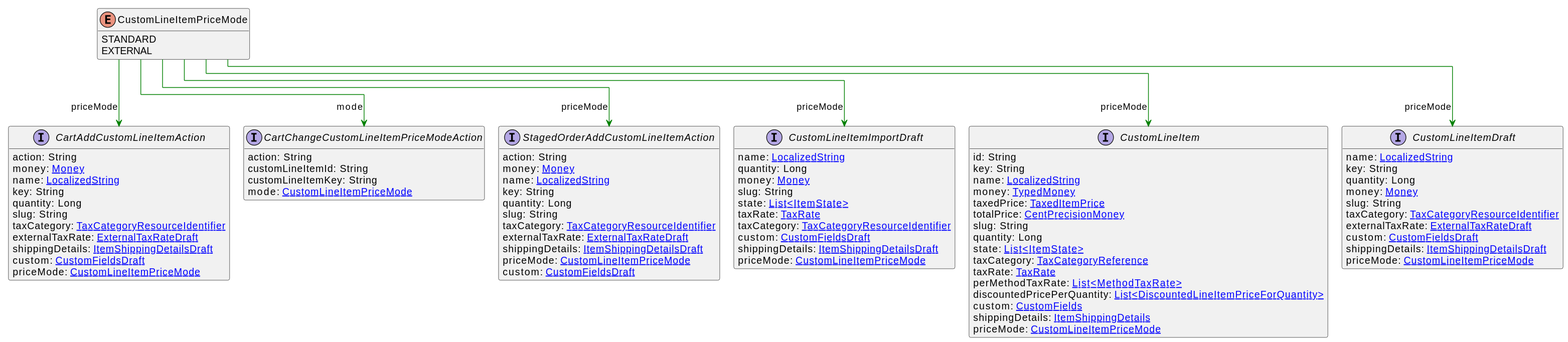
The PlantUML diagram uml/api/svg/CustomLineItemPriceMode.svg in commercetools/commercetools-api-reference, before a commit.
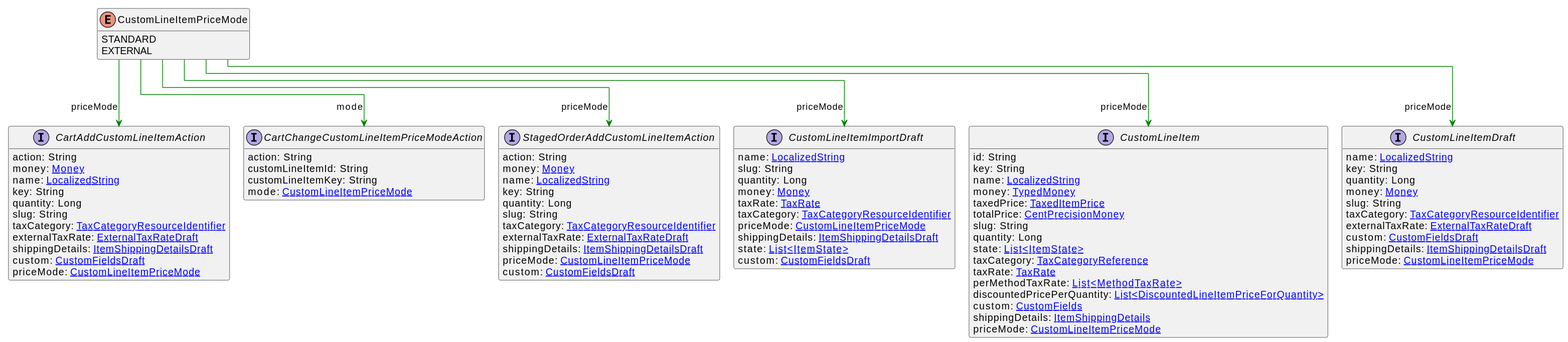
Later version of the same file.

Change to the diagram source:
```diff
@@ -69,15 +69,15 @@
 }
 interface CustomLineItemImportDraft [[CustomLineItemImportDraft.svg]]  {
     name: [[LocalizedString.svg LocalizedString]]
+    slug: String
     quantity: Long
     money: [[Money.svg Money]]
-    slug: String
-    state: [[ItemState.svg List<ItemState>]]
     taxRate: [[TaxRate.svg TaxRate]]
     taxCategory: [[TaxCategoryResourceIdentifier.svg TaxCategoryResourceIdentifier]]
+    priceMode: [[CustomLineItemPriceMode.svg CustomLineItemPriceMode]]
+    shippingDetails: [[ItemShippingDetailsDraft.svg ItemShippingDetailsDraft]]
+    state: [[ItemState.svg List<ItemState>]]
     custom: [[CustomFieldsDraft.svg CustomFieldsDraft]]
-    shippingDetails: [[ItemShippingDetailsDraft.svg ItemShippingDetailsDraft]]
-    priceMode: [[CustomLineItemPriceMode.svg CustomLineItemPriceMode]]
 }
 CustomLineItemPriceMode --> CustomLineItem #green;text:green : "priceMode"
 CustomLineItemPriceMode --> CustomLineItemDraft #green;text:green : "priceMode"
```
